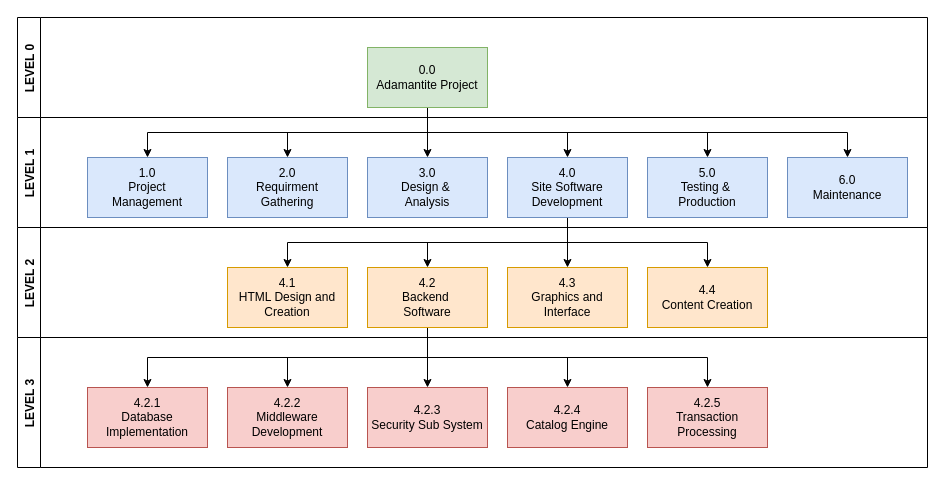
This is page "WBS Project Concept" (2 of 4) of Untitled Diagram.drawio from milw0rm54/DiagramProject-GamesWeb, a draw.io file, before an edit. Source tidied: cells renumbered, new cells numbered last; positions are measured from the earlier drawing's top-left corner, leaving out a move shared by most shapes. Both pictures are drawn from the tidied source at 100%, with x=0, y=0 at pixel (17, 17).
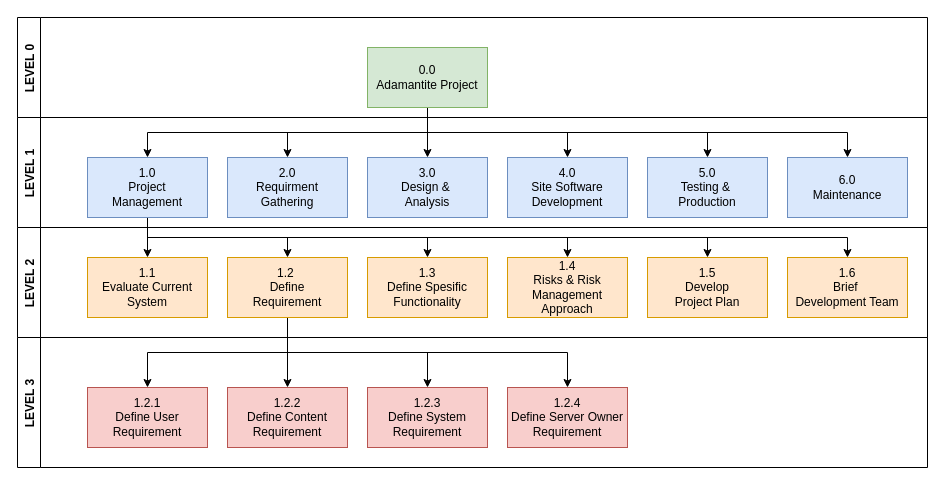
The same diagram, later.

The change refers to these unchanged cells:
```xml
<mxCell id="9" value="1.0&lt;br&gt;Project &lt;br&gt;Management" style="rounded=0;whiteSpace=wrap;html=1;fillColor=#dae8fc;strokeColor=#6c8ebf;" parent="1" vertex="1">
  <mxGeometry x="70" y="140" width="120" height="60" as="geometry" />
</mxCell>
<mxCell id="16" value="4.0&lt;br&gt;Site Software Development" style="rounded=0;whiteSpace=wrap;html=1;fillColor=#dae8fc;strokeColor=#6c8ebf;" parent="1" vertex="1">
  <mxGeometry x="490" y="140" width="120" height="60" as="geometry" />
</mxCell>
<mxCell id="35" value="LEVEL 2" style="swimlane;horizontal=0;" parent="1" vertex="1">
  <mxGeometry y="210" width="910" height="110" as="geometry" />
</mxCell>
```

What changed in the source:
```diff
@@
+    <mxCell id="37" style="edgeStyle=orthogonalEdgeStyle;rounded=0;jettySize=auto;html=1;exitX=0.5;exitY=1;exitDx=0;exitDy=0;entryX=0.5;entryY=0;entryDx=0;entryDy=0;" parent="1" edge="1" source="9" target="18">
+      <mxGeometry relative="1" as="geometry" />
+    </mxCell>
+    <mxCell id="38" style="edgeStyle=orthogonalEdgeStyle;rounded=0;jettySize=auto;html=1;exitX=0.5;exitY=1;exitDx=0;exitDy=0;entryX=0.5;entryY=0;entryDx=0;entryDy=0;" parent="1" edge="1" source="9" target="24">
+      <mxGeometry relative="1" as="geometry" />
+    </mxCell>
+    <mxCell id="39" style="edgeStyle=orthogonalEdgeStyle;rounded=0;jettySize=auto;html=1;exitX=0.5;exitY=1;exitDx=0;exitDy=0;" parent="1" edge="1" source="9" target="25">
+      <mxGeometry relative="1" as="geometry" />
+    </mxCell>
+    <mxCell id="40" style="edgeStyle=orthogonalEdgeStyle;rounded=0;jettySize=auto;html=1;exitX=0.5;exitY=1;exitDx=0;exitDy=0;" parent="1" edge="1" source="9" target="26">
+      <mxGeometry relative="1" as="geometry" />
+    </mxCell>
+    <mxCell id="41" style="edgeStyle=orthogonalEdgeStyle;rounded=0;jettySize=auto;html=1;exitX=0.5;exitY=1;exitDx=0;exitDy=0;" parent="1" edge="1" source="9" target="43">
+      <mxGeometry relative="1" as="geometry" />
+    </mxCell>
+    <mxCell id="42" style="edgeStyle=orthogonalEdgeStyle;rounded=0;jettySize=auto;html=1;exitX=0.5;exitY=1;exitDx=0;exitDy=0;entryX=0.5;entryY=0;entryDx=0;entryDy=0;" parent="1" edge="1" source="9" target="44">
+      <mxGeometry relative="1" as="geometry" />
+    </mxCell>
@@
-    <mxCell id="12" style="edgeStyle=orthogonalEdgeStyle;rounded=0;jettySize=auto;html=1;exitX=0.5;exitY=1;exitDx=0;exitDy=0;entryX=0.5;entryY=0;entryDx=0;entryDy=0;" parent="1" edge="1" source="16" target="18">
-      <mxGeometry relative="1" as="geometry" />
-    </mxCell>
-    <mxCell id="13" style="edgeStyle=orthogonalEdgeStyle;rounded=0;jettySize=auto;html=1;exitX=0.5;exitY=1;exitDx=0;exitDy=0;entryX=0.5;entryY=0;entryDx=0;entryDy=0;" parent="1" edge="1" source="16" target="24">
-      <mxGeometry relative="1" as="geometry" />
-    </mxCell>
-    <mxCell id="14" style="edgeStyle=orthogonalEdgeStyle;rounded=0;jettySize=auto;html=1;exitX=0.5;exitY=1;exitDx=0;exitDy=0;entryX=0.5;entryY=0;entryDx=0;entryDy=0;" parent="1" edge="1" source="16" target="25">
-      <mxGeometry relative="1" as="geometry" />
-    </mxCell>
-    <mxCell id="15" style="edgeStyle=orthogonalEdgeStyle;rounded=0;jettySize=auto;html=1;exitX=0.5;exitY=1;exitDx=0;exitDy=0;" parent="1" edge="1" source="16" target="26">
-      <mxGeometry relative="1" as="geometry" />
-    </mxCell>
@@
-    <mxCell id="18" value="4.1&lt;br&gt;HTML Design and Creation" style="rounded=0;whiteSpace=wrap;html=1;fillColor=#ffe6cc;strokeColor=#d79b00;" parent="1" vertex="1">
-      <mxGeometry x="210" y="250" width="120" height="60" as="geometry" />
-    </mxCell>
@@
-    <mxCell id="23" style="edgeStyle=orthogonalEdgeStyle;rounded=0;jettySize=auto;html=1;exitX=0.5;exitY=1;exitDx=0;exitDy=0;" parent="1" edge="1" source="24" target="31">
-      <mxGeometry relative="1" as="geometry" />
-    </mxCell>
-    <mxCell id="24" value="4.2&lt;br&gt;Backend&amp;nbsp;&lt;br&gt;Software" style="rounded=0;whiteSpace=wrap;html=1;fillColor=#ffe6cc;strokeColor=#d79b00;" parent="1" vertex="1">
-      <mxGeometry x="350" y="250" width="120" height="60" as="geometry" />
-    </mxCell>
-    <mxCell id="25" value="4.3&lt;br&gt;Graphics and&lt;br&gt;Interface" style="rounded=0;whiteSpace=wrap;html=1;fillColor=#ffe6cc;strokeColor=#d79b00;" parent="1" vertex="1">
-      <mxGeometry x="490" y="250" width="120" height="60" as="geometry" />
-    </mxCell>
-    <mxCell id="26" value="4.4&lt;br&gt;Content Creation" style="rounded=0;whiteSpace=wrap;html=1;fillColor=#ffe6cc;strokeColor=#d79b00;" parent="1" vertex="1">
-      <mxGeometry x="630" y="250" width="120" height="60" as="geometry" />
-    </mxCell>
-    <mxCell id="27" value="4.2.1&lt;br&gt;Database Implementation" style="rounded=0;whiteSpace=wrap;html=1;fillColor=#f8cecc;strokeColor=#b85450;" parent="1" vertex="1">
+    <mxCell id="27" value="1.2.1&lt;br&gt;Define User Requirement" style="rounded=0;whiteSpace=wrap;html=1;fillColor=#f8cecc;strokeColor=#b85450;" parent="1" vertex="1">
       <mxGeometry x="70" y="370" width="120" height="60" as="geometry" />
     </mxCell>
-    <mxCell id="28" value="4.2.2&lt;br&gt;Middleware Development" style="rounded=0;whiteSpace=wrap;html=1;fillColor=#f8cecc;strokeColor=#b85450;" parent="1" vertex="1">
+    <mxCell id="28" value="1.2.2&lt;br&gt;Define Content Requirement" style="rounded=0;whiteSpace=wrap;html=1;fillColor=#f8cecc;strokeColor=#b85450;" parent="1" vertex="1">
       <mxGeometry x="210" y="370" width="120" height="60" as="geometry" />
     </mxCell>
-    <mxCell id="29" value="4.2.3&lt;br&gt;Security Sub System" style="rounded=0;whiteSpace=wrap;html=1;fillColor=#f8cecc;strokeColor=#b85450;" parent="1" vertex="1">
+    <mxCell id="29" value="1.2.3&lt;br&gt;Define System Requirement" style="rounded=0;whiteSpace=wrap;html=1;fillColor=#f8cecc;strokeColor=#b85450;" parent="1" vertex="1">
       <mxGeometry x="350" y="370" width="120" height="60" as="geometry" />
     </mxCell>
-    <mxCell id="30" value="4.2.4&lt;br&gt;Catalog Engine" style="rounded=0;whiteSpace=wrap;html=1;fillColor=#f8cecc;strokeColor=#b85450;" parent="1" vertex="1">
+    <mxCell id="30" value="1.2.4&lt;br&gt;Define Server Owner Requirement" style="rounded=0;whiteSpace=wrap;html=1;fillColor=#f8cecc;strokeColor=#b85450;" parent="1" vertex="1">
       <mxGeometry x="490" y="370" width="120" height="60" as="geometry" />
     </mxCell>
-    <mxCell id="31" value="4.2.5&lt;br&gt;Transaction Processing" style="rounded=0;whiteSpace=wrap;html=1;fillColor=#f8cecc;strokeColor=#b85450;" parent="1" vertex="1">
-      <mxGeometry x="630" y="370" width="120" height="60" as="geometry" />
-    </mxCell>
@@
+    <mxCell id="18" value="1.1&lt;br&gt;Evaluate Current System" style="rounded=0;whiteSpace=wrap;html=1;fillColor=#ffe6cc;strokeColor=#d79b00;" parent="35" vertex="1">
+      <mxGeometry x="70" y="30" width="120" height="60" as="geometry" />
+    </mxCell>
+    <mxCell id="24" value="1.2&amp;nbsp;&lt;br&gt;Define &lt;br&gt;Requirement" style="rounded=0;whiteSpace=wrap;html=1;fillColor=#ffe6cc;strokeColor=#d79b00;" parent="35" vertex="1">
+      <mxGeometry x="210" y="30" width="120" height="60" as="geometry" />
+    </mxCell>
+    <mxCell id="25" value="1.3&lt;br&gt;Define Spesific Functionality" style="rounded=0;whiteSpace=wrap;html=1;fillColor=#ffe6cc;strokeColor=#d79b00;" parent="35" vertex="1">
+      <mxGeometry x="350" y="30" width="120" height="60" as="geometry" />
+    </mxCell>
+    <mxCell id="26" value="1.4&lt;br&gt;Risks &amp;amp; Risk Management Approach" style="rounded=0;whiteSpace=wrap;html=1;fillColor=#ffe6cc;strokeColor=#d79b00;" parent="35" vertex="1">
+      <mxGeometry x="490" y="30" width="120" height="60" as="geometry" />
+    </mxCell>
+    <mxCell id="43" value="1.5&lt;br&gt;Develop &lt;br&gt;Project Plan" style="rounded=0;whiteSpace=wrap;html=1;fillColor=#ffe6cc;strokeColor=#d79b00;" parent="35" vertex="1">
+      <mxGeometry x="630" y="30" width="120" height="60" as="geometry" />
+    </mxCell>
+    <mxCell id="44" value="1.6&lt;br&gt;Brief&amp;nbsp;&lt;br&gt;Development Team" style="rounded=0;whiteSpace=wrap;html=1;fillColor=#ffe6cc;strokeColor=#d79b00;" parent="35" vertex="1">
+      <mxGeometry x="770" y="30" width="120" height="60" as="geometry" />
+    </mxCell>
```
